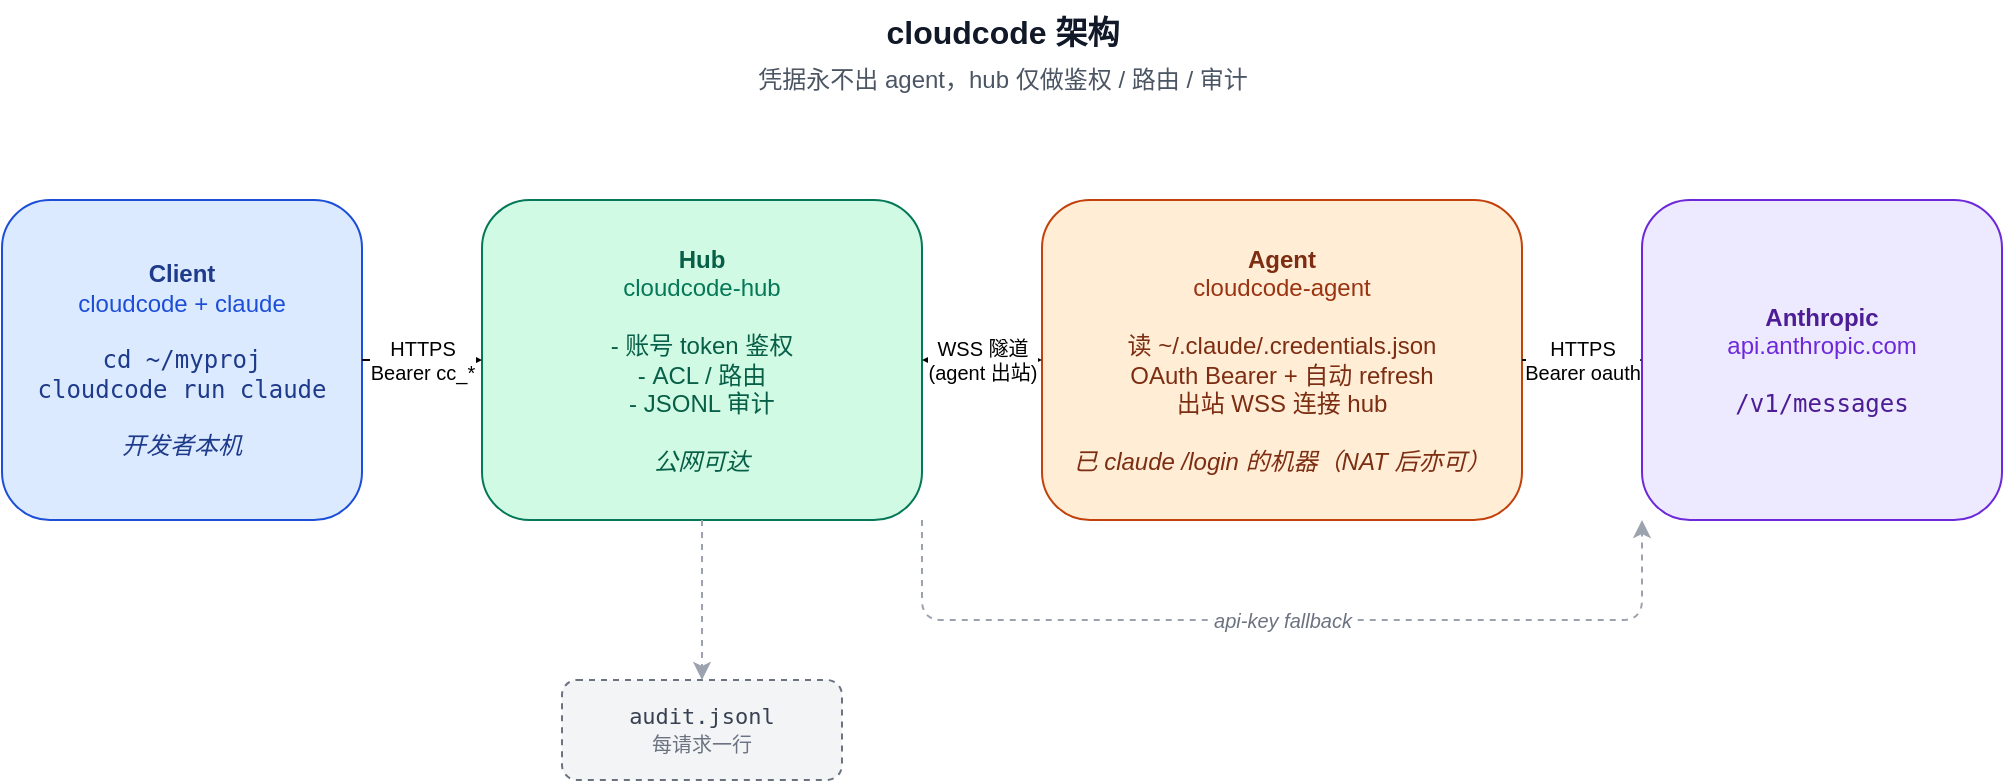
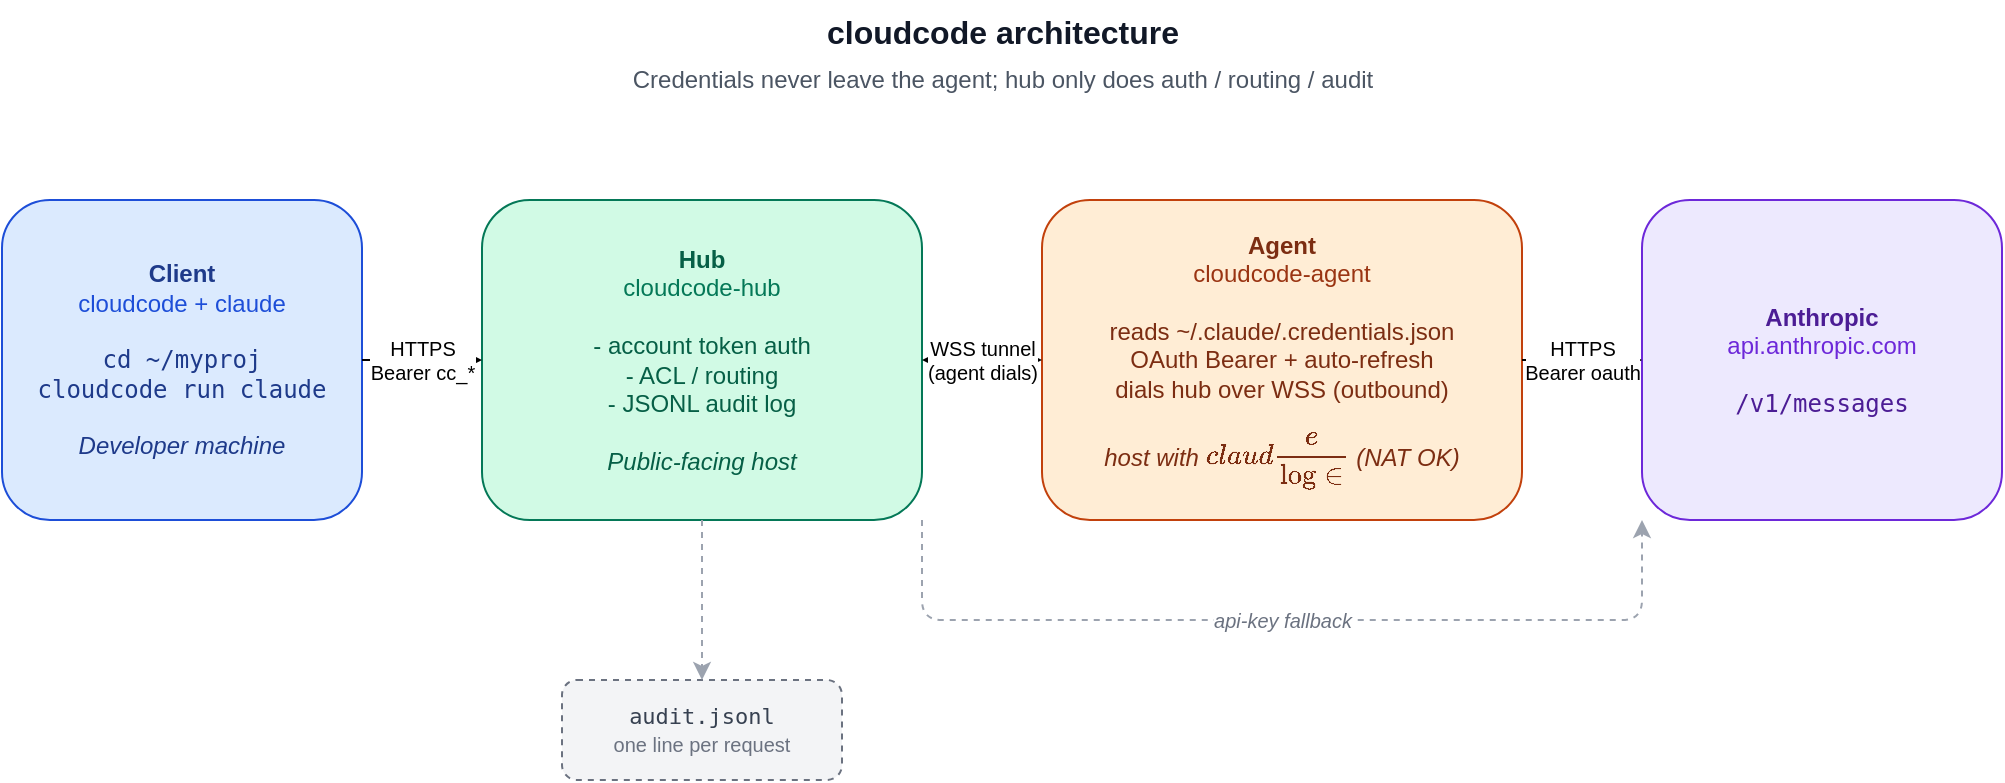
<?xml version="1.0" encoding="UTF-8"?>
<mxfile host="app.diagrams.net" agent="cloudcode" version="24.0.0">
  <diagram name="cloudcode" id="arch1">
    <mxGraphModel dx="1200" dy="700" grid="1" gridSize="10" guides="1" tooltips="1" connect="1" arrows="1" fold="1" page="1" pageScale="1" pageWidth="1100" pageHeight="520" math="0" shadow="0">
      <root>
        <mxCell id="0"/>
        <mxCell id="1" parent="0"/>

-         <mxCell id="title" value="cloudcode 架构" style="text;html=1;align=center;fontSize=16;fontStyle=1;fontColor=#111827;" vertex="1" parent="1">
+         <mxCell id="title" value="cloudcode architecture" style="text;html=1;align=center;fontSize=16;fontStyle=1;fontColor=#111827;" vertex="1" parent="1">
          <mxGeometry x="240" y="10" width="600" height="26" as="geometry"/>
        </mxCell>
-         <mxCell id="subtitle" value="凭据永不出 agent，hub 仅做鉴权 / 路由 / 审计" style="text;html=1;align=center;fontSize=12;fontColor=#4b5563;" vertex="1" parent="1">
+         <mxCell id="subtitle" value="Credentials never leave the agent; hub only does auth / routing / audit" style="text;html=1;align=center;fontSize=12;fontColor=#4b5563;" vertex="1" parent="1">
          <mxGeometry x="240" y="36" width="600" height="20" as="geometry"/>
        </mxCell>

-         <mxCell id="client" value="&lt;b&gt;Client&lt;/b&gt;&#xa;&lt;font color=&quot;#1d4ed8&quot;&gt;cloudcode + claude&lt;/font&gt;&#xa;&#xa;&lt;tt&gt;cd ~/myproj&lt;/tt&gt;&#xa;&lt;tt&gt;cloudcode run claude&lt;/tt&gt;&#xa;&#xa;&lt;i&gt;开发者本机&lt;/i&gt;" style="rounded=1;whiteSpace=wrap;html=1;fillColor=#dbeafe;strokeColor=#1d4ed8;align=center;verticalAlign=middle;fontColor=#1e3a8a;fontSize=12;" vertex="1" parent="1">
+         <mxCell id="client" value="&lt;b&gt;Client&lt;/b&gt;&#xa;&lt;font color=&quot;#1d4ed8&quot;&gt;cloudcode + claude&lt;/font&gt;&#xa;&#xa;&lt;tt&gt;cd ~/myproj&lt;/tt&gt;&#xa;&lt;tt&gt;cloudcode run claude&lt;/tt&gt;&#xa;&#xa;&lt;i&gt;Developer machine&lt;/i&gt;" style="rounded=1;whiteSpace=wrap;html=1;fillColor=#dbeafe;strokeColor=#1d4ed8;align=center;verticalAlign=middle;fontColor=#1e3a8a;fontSize=12;" vertex="1" parent="1">
          <mxGeometry x="40" y="110" width="180" height="160" as="geometry"/>
        </mxCell>

-         <mxCell id="hub" value="&lt;b&gt;Hub&lt;/b&gt;&#xa;&lt;font color=&quot;#047857&quot;&gt;cloudcode-hub&lt;/font&gt;&#xa;&#xa;- 账号 token 鉴权&#xa;- ACL / 路由&#xa;- JSONL 审计&#xa;&#xa;&lt;i&gt;公网可达&lt;/i&gt;" style="rounded=1;whiteSpace=wrap;html=1;fillColor=#d1fae5;strokeColor=#047857;align=center;verticalAlign=middle;fontColor=#065f46;fontSize=12;" vertex="1" parent="1">
+         <mxCell id="hub" value="&lt;b&gt;Hub&lt;/b&gt;&#xa;&lt;font color=&quot;#047857&quot;&gt;cloudcode-hub&lt;/font&gt;&#xa;&#xa;- account token auth&#xa;- ACL / routing&#xa;- JSONL audit log&#xa;&#xa;&lt;i&gt;Public-facing host&lt;/i&gt;" style="rounded=1;whiteSpace=wrap;html=1;fillColor=#d1fae5;strokeColor=#047857;align=center;verticalAlign=middle;fontColor=#065f46;fontSize=12;" vertex="1" parent="1">
          <mxGeometry x="280" y="110" width="220" height="160" as="geometry"/>
        </mxCell>

-         <mxCell id="agent" value="&lt;b&gt;Agent&lt;/b&gt;&#xa;&lt;font color=&quot;#9a3412&quot;&gt;cloudcode-agent&lt;/font&gt;&#xa;&#xa;读 ~/.claude/.credentials.json&#xa;OAuth Bearer + 自动 refresh&#xa;出站 WSS 连接 hub&#xa;&#xa;&lt;i&gt;已 claude /login 的机器（NAT 后亦可）&lt;/i&gt;" style="rounded=1;whiteSpace=wrap;html=1;fillColor=#ffedd5;strokeColor=#c2410c;align=center;verticalAlign=middle;fontColor=#7c2d12;fontSize=12;" vertex="1" parent="1">
+         <mxCell id="agent" value="&lt;b&gt;Agent&lt;/b&gt;&#xa;&lt;font color=&quot;#9a3412&quot;&gt;cloudcode-agent&lt;/font&gt;&#xa;&#xa;reads ~/.claude/.credentials.json&#xa;OAuth Bearer + auto-refresh&#xa;dials hub over WSS (outbound)&#xa;&#xa;&lt;i&gt;host with `claude /login` (NAT OK)&lt;/i&gt;" style="rounded=1;whiteSpace=wrap;html=1;fillColor=#ffedd5;strokeColor=#c2410c;align=center;verticalAlign=middle;fontColor=#7c2d12;fontSize=12;" vertex="1" parent="1">
          <mxGeometry x="560" y="110" width="240" height="160" as="geometry"/>
        </mxCell>

        <mxCell id="anthropic" value="&lt;b&gt;Anthropic&lt;/b&gt;&#xa;&lt;font color=&quot;#6d28d9&quot;&gt;api.anthropic.com&lt;/font&gt;&#xa;&#xa;&lt;tt&gt;/v1/messages&lt;/tt&gt;" style="rounded=1;whiteSpace=wrap;html=1;fillColor=#ede9fe;strokeColor=#6d28d9;align=center;verticalAlign=middle;fontColor=#4c1d95;fontSize=12;" vertex="1" parent="1">
          <mxGeometry x="860" y="110" width="180" height="160" as="geometry"/>
        </mxCell>

-         <mxCell id="audit" value="&lt;tt&gt;audit.jsonl&lt;/tt&gt;&#xa;&lt;font color=&quot;#6b7280&quot; size=&quot;1&quot;&gt;每请求一行&lt;/font&gt;" style="rounded=1;whiteSpace=wrap;html=1;fillColor=#f3f4f6;strokeColor=#6b7280;dashed=1;align=center;verticalAlign=middle;fontColor=#374151;fontSize=11;" vertex="1" parent="1">
+         <mxCell id="audit" value="&lt;tt&gt;audit.jsonl&lt;/tt&gt;&#xa;&lt;font color=&quot;#6b7280&quot; size=&quot;1&quot;&gt;one line per request&lt;/font&gt;" style="rounded=1;whiteSpace=wrap;html=1;fillColor=#f3f4f6;strokeColor=#6b7280;dashed=1;align=center;verticalAlign=middle;fontColor=#374151;fontSize=11;" vertex="1" parent="1">
          <mxGeometry x="320" y="350" width="140" height="50" as="geometry"/>
        </mxCell>

        <mxCell id="e1" value="HTTPS&#xa;Bearer cc_*" style="endArrow=classic;html=1;exitX=1;exitY=0.5;entryX=0;entryY=0.5;fontSize=10;" edge="1" parent="1" source="client" target="hub">
          <mxGeometry relative="1" as="geometry"/>
        </mxCell>
-         <mxCell id="e2" value="WSS 隧道&#xa;(agent 出站)" style="startArrow=classic;endArrow=classic;html=1;exitX=1;exitY=0.5;entryX=0;entryY=0.5;fontSize=10;strokeWidth=2;" edge="1" parent="1" source="hub" target="agent">
+         <mxCell id="e2" value="WSS tunnel&#xa;(agent dials)" style="startArrow=classic;endArrow=classic;html=1;exitX=1;exitY=0.5;entryX=0;entryY=0.5;fontSize=10;strokeWidth=2;" edge="1" parent="1" source="hub" target="agent">
          <mxGeometry relative="1" as="geometry"/>
        </mxCell>
        <mxCell id="e3" value="HTTPS&#xa;Bearer oauth" style="endArrow=classic;html=1;exitX=1;exitY=0.5;entryX=0;entryY=0.5;fontSize=10;" edge="1" parent="1" source="agent" target="anthropic">
          <mxGeometry relative="1" as="geometry"/>
        </mxCell>
        <mxCell id="e4" value="" style="endArrow=classic;html=1;exitX=0.5;exitY=1;entryX=0.5;entryY=0;dashed=1;strokeColor=#9ca3af;" edge="1" parent="1" source="hub" target="audit">
          <mxGeometry relative="1" as="geometry"/>
        </mxCell>
        <mxCell id="e5" value="api-key fallback" style="edgeStyle=orthogonalEdgeStyle;rounded=1;html=1;exitX=1;exitY=1;entryX=0;entryY=1;endArrow=classic;dashed=1;strokeColor=#9ca3af;fontStyle=2;fontColor=#6b7280;fontSize=10;" edge="1" parent="1" source="hub" target="anthropic">
          <mxGeometry relative="1" as="geometry">
            <Array as="points">
              <mxPoint x="500" y="320"/>
              <mxPoint x="860" y="320"/>
            </Array>
          </mxGeometry>
        </mxCell>
      </root>
    </mxGraphModel>
  </diagram>
</mxfile>
